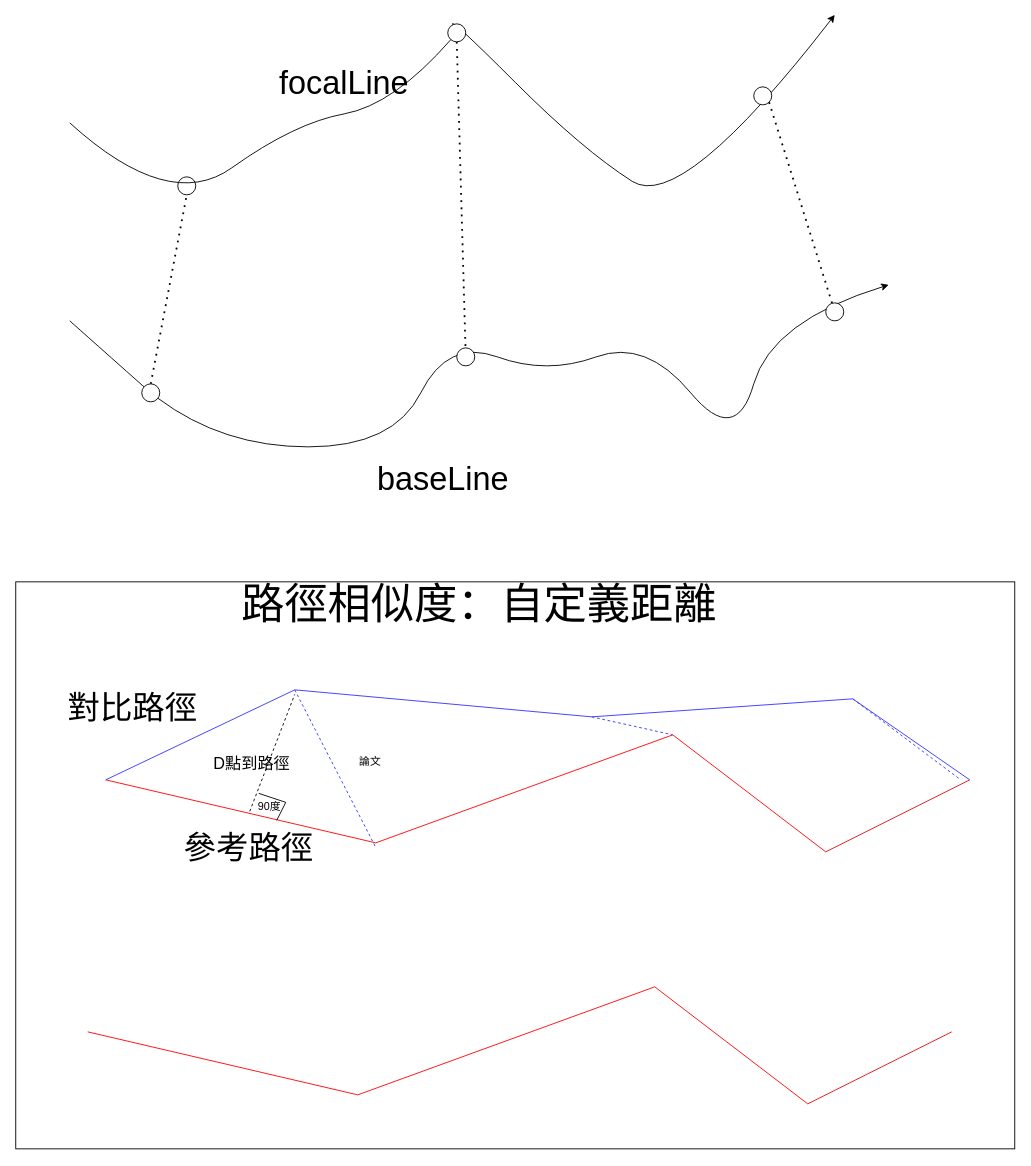
Before: page "routeSimilarity公式圖解" (2 of 16) of gpsDataAnalysisFunctionDesion.drawio in pengzhen80/PigeonRace, a draw.io diagram. Source tidied: cells renumbered, new cells numbered last; positions are measured from the earlier drawing's top-left corner, leaving out a move shared by most shapes. Both pictures are drawn from the tidied source at 90%, with x=0, y=0 at pixel (15, 14).
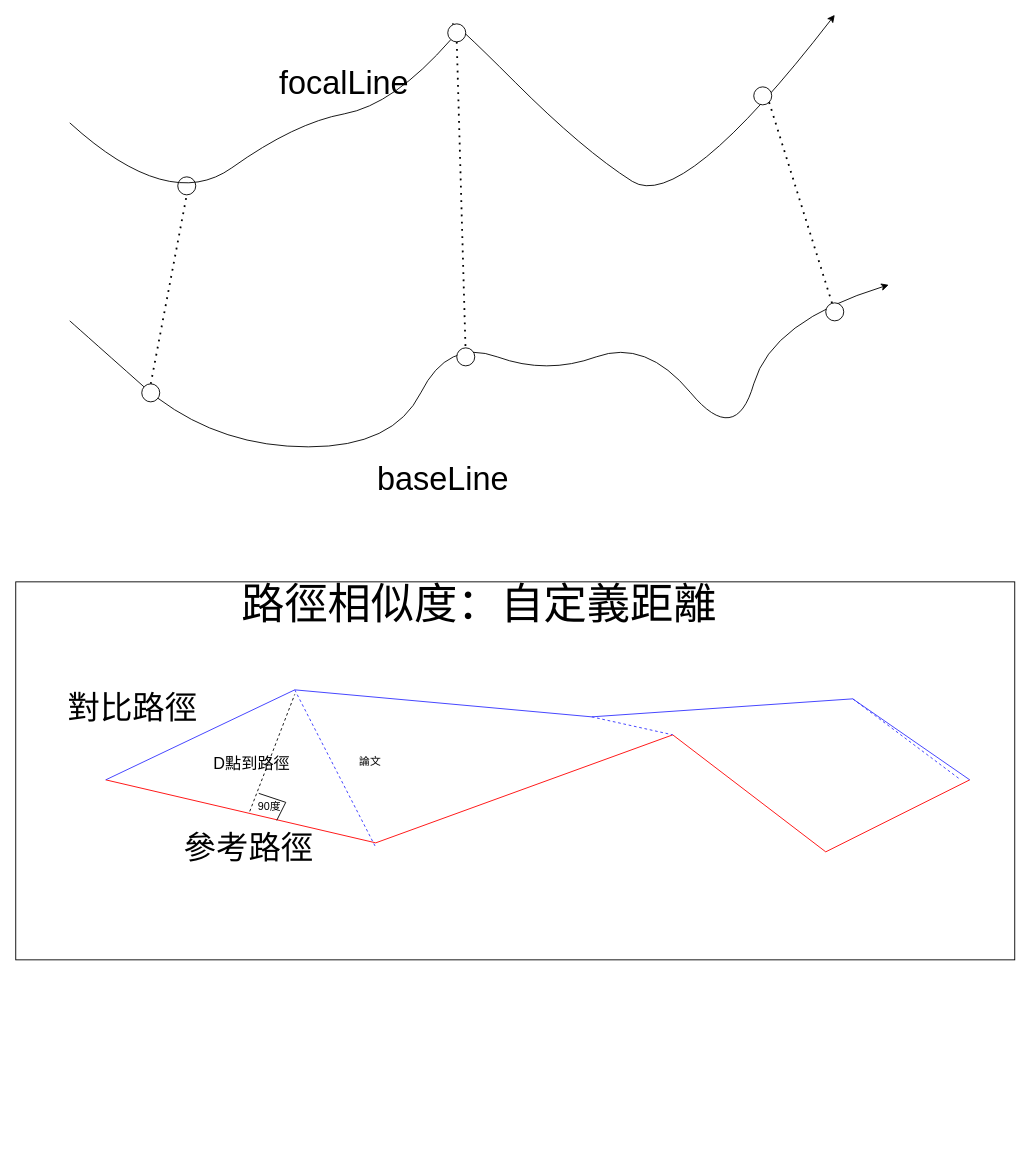
The same diagram, later.

Diff of the diagram source:
```diff
@@
     <mxCell id="17" style="rounded=0;whiteSpace=wrap;html=1;fontSize=36;" parent="1" vertex="1">
-      <mxGeometry y="630" width="1110" height="630" as="geometry" />
+      <mxGeometry y="630" width="1110" height="420" as="geometry" />
     </mxCell>
@@
-    <mxCell id="31" style="endArrow=none;html=1;rounded=0;fontSize=36;strokeColor=#FF0000;" parent="1" edge="1">
-      <mxGeometry relative="1" as="geometry">
-        <mxPoint x="80" y="1130" as="sourcePoint" />
-        <mxPoint x="1040" y="1130" as="targetPoint" />
-        <Array as="points">
-          <mxPoint x="380" y="1200" />
-          <mxPoint x="710" y="1080" />
-          <mxPoint x="880" y="1210" />
-        </Array>
-      </mxGeometry>
-    </mxCell>
```
